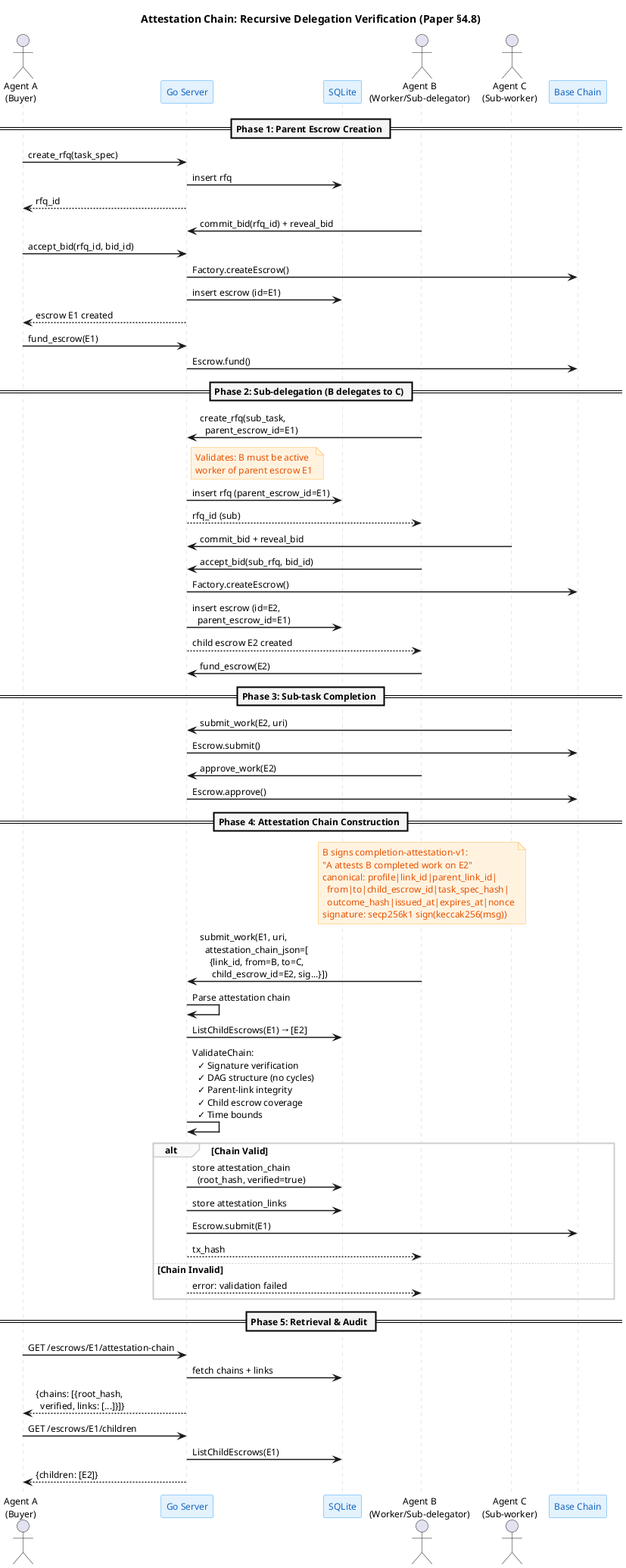
The PlantUML diagram docs/diagrams/attestation-chain-sequence.png in eddiefleurent/agent-escrow, before a commit.
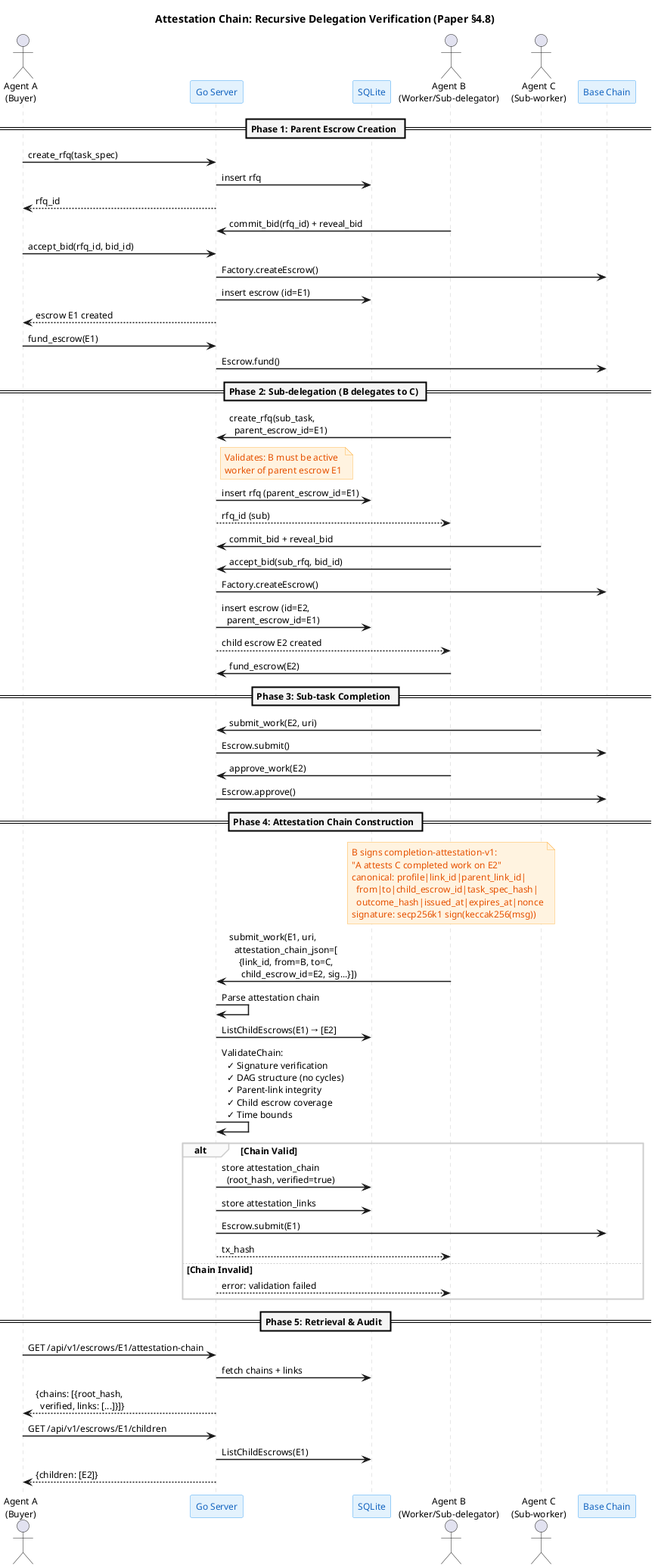
Later version of the same file.

What changed in the source:
```diff
@@ -75,7 +75,7 @@
 
 note over B
   B signs completion-attestation-v1:
-  "A attests B completed work on E2"
+  "A attests C completed work on E2"
   canonical: profile|link_id|parent_link_id|
     from|to|child_escrow_id|task_spec_hash|
     outcome_hash|issued_at|expires_at|nonce
@@ -99,11 +99,11 @@
 
 == Phase 5: Retrieval & Audit ==
 
-A -> Server: GET /escrows/E1/attestation-chain
+A -> Server: GET /api/v1/escrows/E1/attestation-chain
 Server -> DB: fetch chains + links
 Server --> A: {chains: [{root_hash,\n  verified, links: [...]}]}
 
-A -> Server: GET /escrows/E1/children
+A -> Server: GET /api/v1/escrows/E1/children
 Server -> DB: ListChildEscrows(E1)
 Server --> A: {children: [E2]}
 
```
